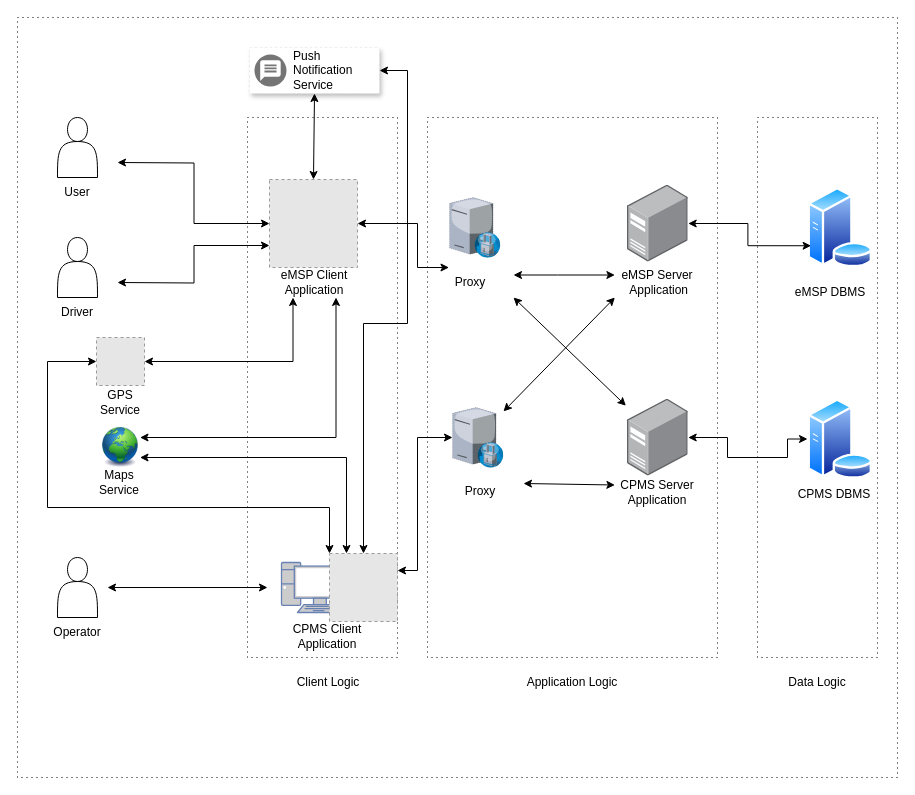
The draw.io diagram DD/system architecture.drawio in claudioeutizi/eMall_RASD-DD, before the edit. Source tidied: cells renumbered, new cells numbered last; positions are measured from the earlier drawing's top-left corner, leaving out a move shared by most shapes. Both pictures are drawn from the tidied source at 100%, with x=0, y=0 at pixel (17, 17). Pictures stored in the file or linked from it are replaced by grey dashed boxes.
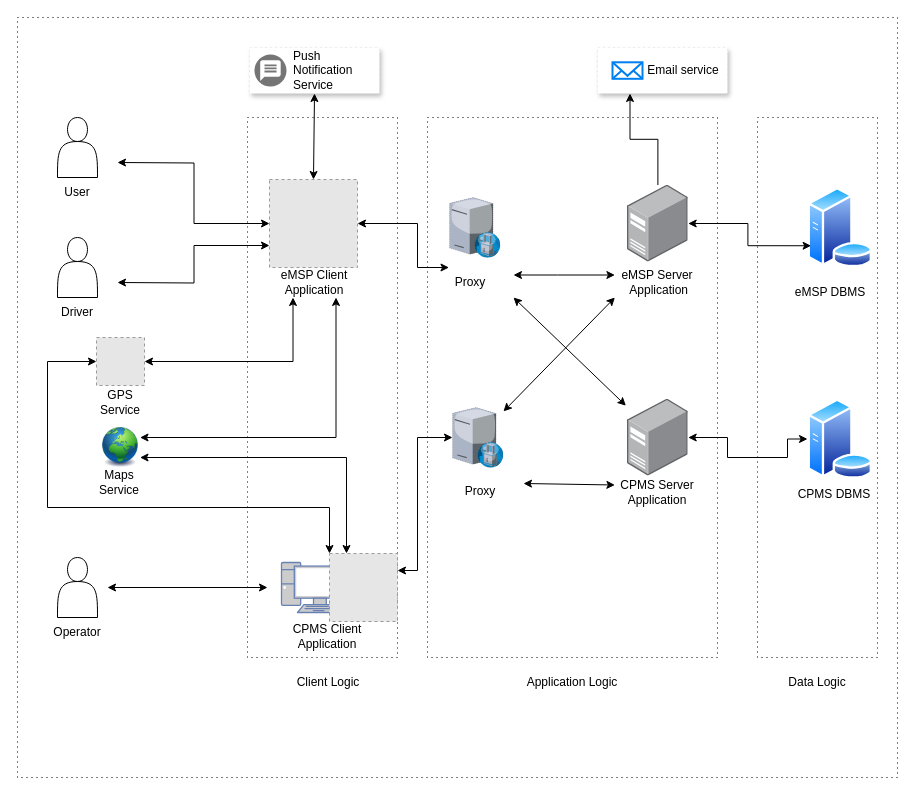
The same diagram, later.

Commit message (it also covers changes not shown here):
Update arch overview and adding sequence diagrams

Unchanged cells that the change refers to:
```xml
<mxCell id="12" style="fillColor=#E6E6E6;strokeColor=#999999;dashed=1;html=1;verticalAlign=top;verticalLabelPosition=bottom;labelBackgroundColor=#ffffff;" parent="1" vertex="1">
  <mxGeometry x="312" y="536" width="68" height="68" as="geometry" />
</mxCell>
<mxCell id="34" style="points=[];html=1;align=center;shadow=0;dashed=0;image;image=img/lib/allied_telesis/computer_and_terminals/Server_Desktop.svg;dashPattern=1 4;" parent="1" vertex="1">
  <mxGeometry x="610" y="167.5" width="60.7" height="77" as="geometry" />
</mxCell>
<mxCell id="49" style="strokeColor=#dddddd;shadow=1;strokeWidth=1;rounded=1;absoluteArcSize=1;arcSize=2;dashed=1;dashPattern=1 4;" parent="1" vertex="1">
  <mxGeometry x="232" y="30" width="130" height="46" as="geometry" />
</mxCell>
```

What changed in the source:
```diff
@@
+    <mxCell id="55" style="edgeStyle=orthogonalEdgeStyle;rounded=0;jettySize=auto;html=1;entryX=0.25;entryY=1;entryDx=0;entryDy=0;" parent="1" edge="1" source="34" target="56">
+      <mxGeometry relative="1" as="geometry" />
+    </mxCell>
@@
-    <mxCell id="52" style="endArrow=classic;startArrow=classic;html=1;rounded=0;exitX=0.5;exitY=0;exitDx=0;exitDy=0;entryX=1;entryY=0.5;entryDx=0;entryDy=0;edgeStyle=orthogonalEdgeStyle;" parent="1" edge="1" source="12" target="49">
-      <mxGeometry relative="1" as="geometry">
-        <Array as="points">
-          <mxPoint x="346" y="306" />
-          <mxPoint x="390" y="306" />
-          <mxPoint x="390" y="53" />
-        </Array>
-      </mxGeometry>
-    </mxCell>
@@
+    <mxCell id="56" style="strokeColor=#dddddd;shadow=1;strokeWidth=1;rounded=1;absoluteArcSize=1;arcSize=2;dashed=1;dashPattern=1 4;" parent="1" vertex="1">
+      <mxGeometry x="580" y="30" width="130" height="46" as="geometry" />
+    </mxCell>
+    <mxCell id="57" value="&amp;nbsp;Email service" style="html=1;verticalLabelPosition=middle;align=left;labelBackgroundColor=#ffffff;verticalAlign=middle;strokeWidth=2;strokeColor=#0080F0;shadow=0;dashed=0;shape=mxgraph.ios7.icons.mail;labelPosition=right;" parent="1" vertex="1">
+      <mxGeometry x="595" y="44.8" width="30" height="16.5" as="geometry" />
+    </mxCell>
+    <mxCell id="58" style="edgeStyle=orthogonalEdgeStyle;rounded=0;orthogonalLoop=1;jettySize=auto;html=1;exitX=0.5;exitY=1;exitDx=0;exitDy=0;" parent="1" edge="1" source="56" target="56">
+      <mxGeometry relative="1" as="geometry" />
+    </mxCell>
```
